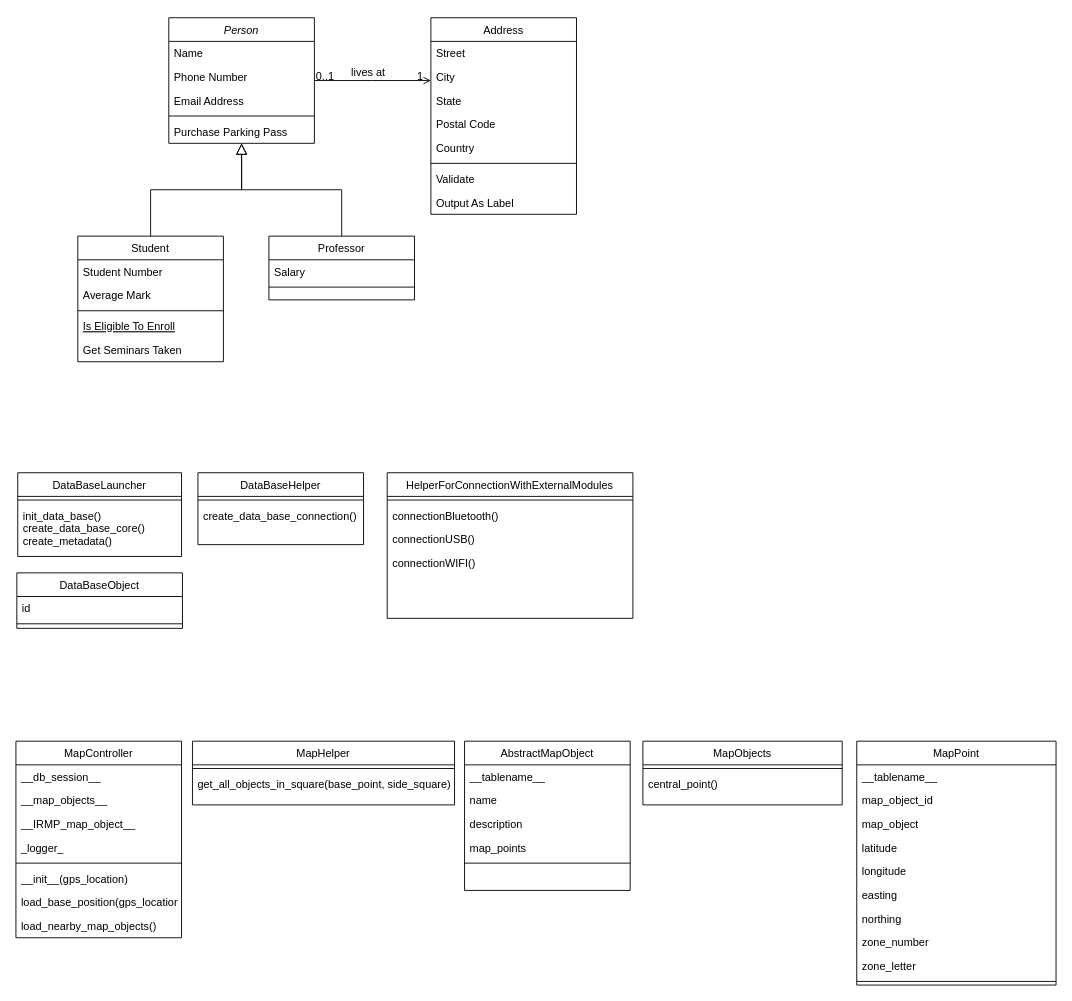
Above: Классы системы.drawio in Dyuvchenko/IRMP (draw.io), before the change. Source tidied: cells renumbered, new cells numbered last; positions are measured from the earlier drawing's top-left corner, leaving out a move shared by most shapes. Both pictures are drawn from the tidied source at 91%, with x=0, y=0 at pixel (15, 17).
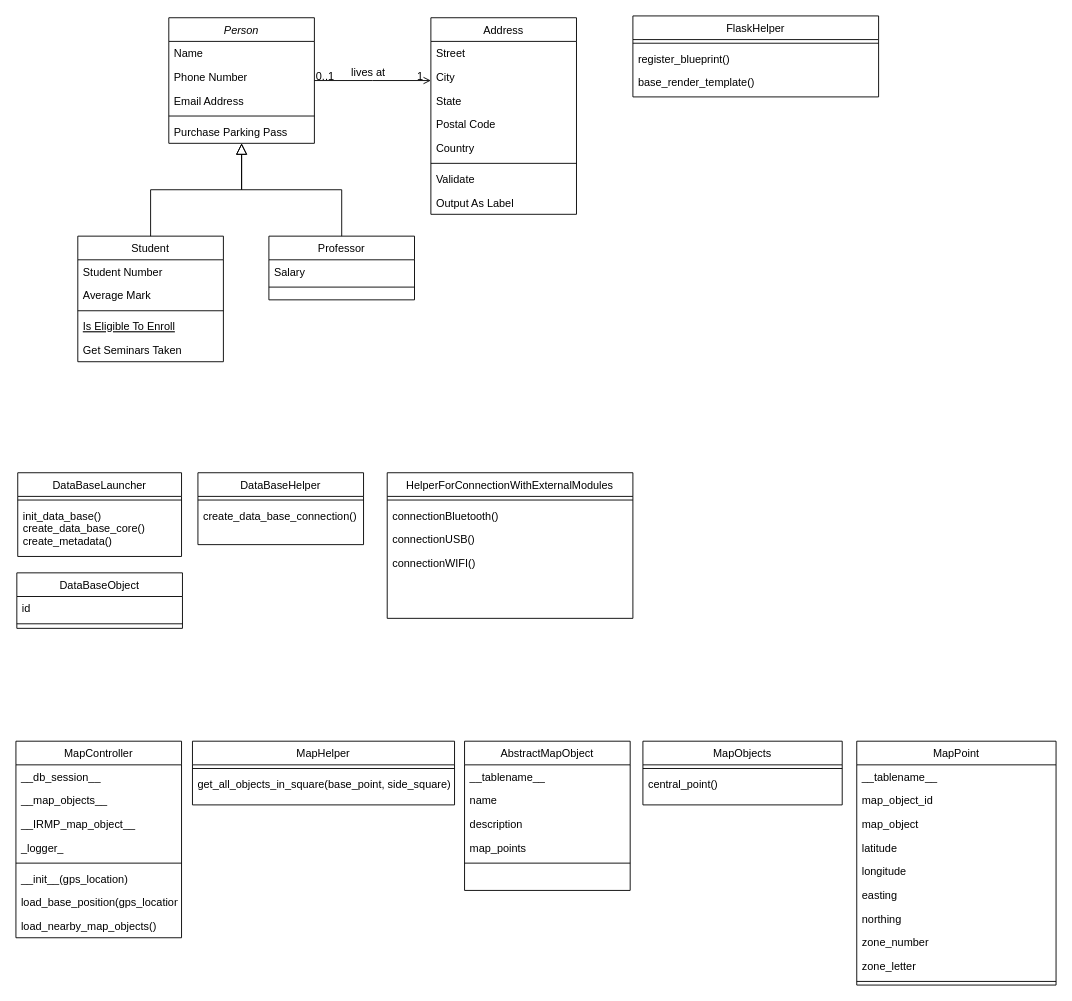
The same diagram, later.

The edit, as a diff of the source:
```diff
@@
+    <mxCell id="78" value="FlaskHelper" style="swimlane;fontStyle=0;align=center;verticalAlign=top;horizontal=1;startSize=26;rounded=0;shadow=0;strokeWidth=1;" parent="1" vertex="1">
+      <mxGeometry x="678" y="-2" width="270" height="89" as="geometry" />
+    </mxCell>
+    <mxCell id="79" style="line;html=1;strokeWidth=1;align=left;verticalAlign=middle;spacingTop=-1;spacingLeft=3;spacingRight=3;labelPosition=right;" parent="78" vertex="1">
+      <mxGeometry y="26" width="270" height="8" as="geometry" />
+    </mxCell>
+    <mxCell id="80" value="register_blueprint()" style="text;align=left;verticalAlign=top;spacingLeft=4;spacingRight=4;overflow=hidden;" parent="78" vertex="1">
+      <mxGeometry y="34" width="270" height="26" as="geometry" />
+    </mxCell>
+    <mxCell id="81" value="base_render_template()" style="text;align=left;verticalAlign=top;spacingLeft=4;spacingRight=4;overflow=hidden;" parent="78" vertex="1">
+      <mxGeometry y="60" width="270" height="26" as="geometry" />
+    </mxCell>
```
